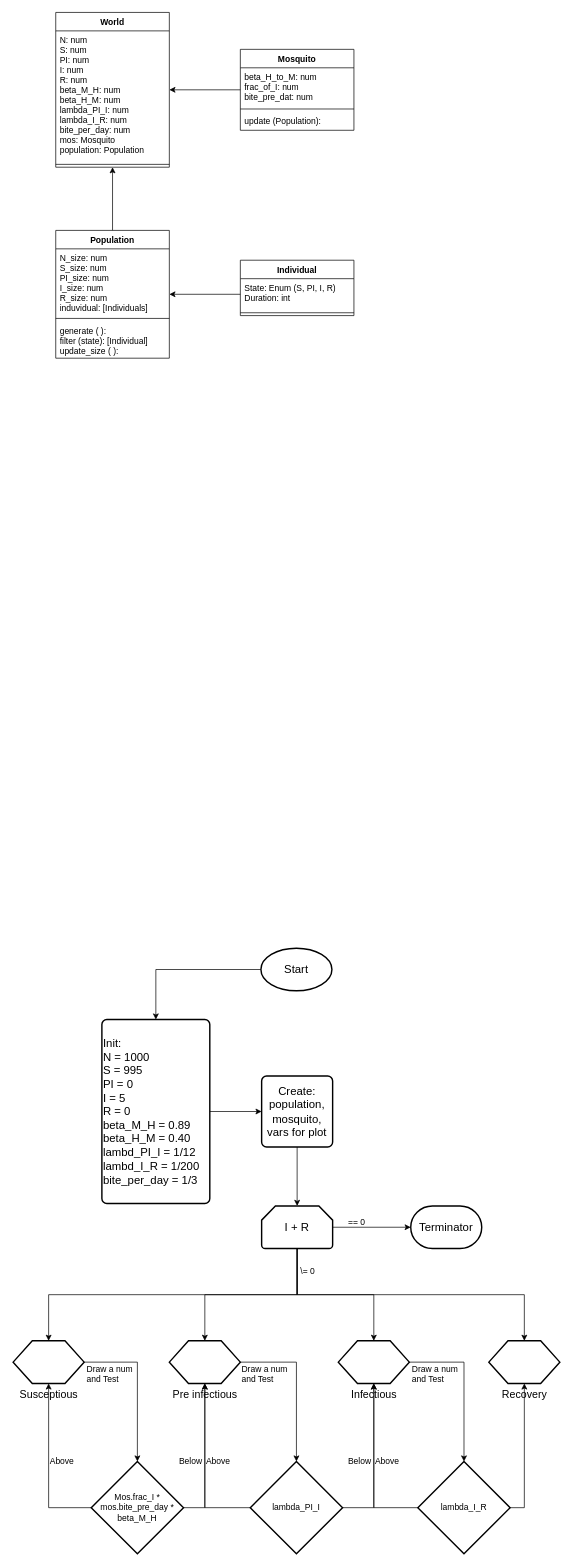
Earlier version of the draw.io diagram result/UML.drawio (reporkey/malaria-model). Source tidied: cells renumbered, new cells numbered last; positions are measured from the earlier drawing's top-left corner, leaving out a move shared by most shapes. Both pictures are drawn from the tidied source at 71%, with x=0, y=0 at pixel (13, 12).
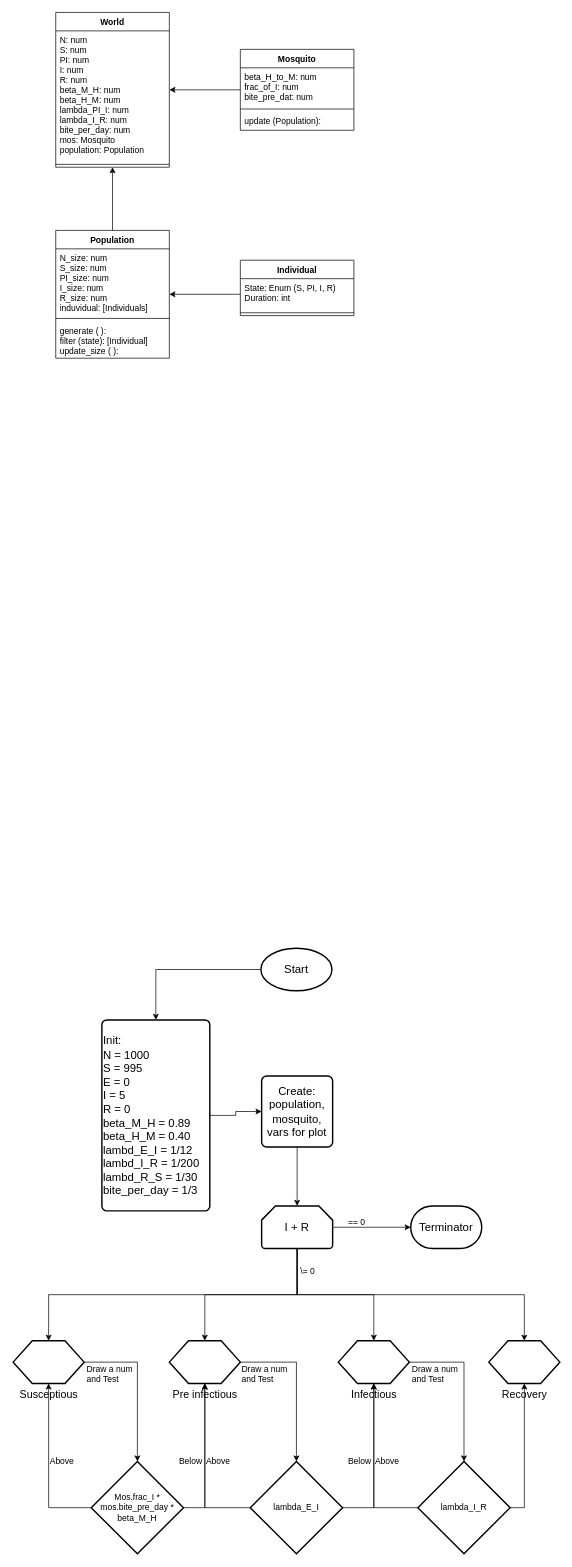
The same diagram, later.

Diff of the diagram source:
```diff
@@
-    <mxCell id="28" value="lambda_PI_I" style="strokeWidth=2;html=1;shape=mxgraph.flowchart.decision;whiteSpace=wrap;" parent="1" vertex="1">
+    <mxCell id="28" value="lambda_E_I" style="strokeWidth=2;html=1;shape=mxgraph.flowchart.decision;whiteSpace=wrap;" parent="1" vertex="1">
       <mxGeometry x="334" y="2041" width="130" height="130" as="geometry" />
     </mxCell>
@@
-    <mxCell id="57" value="&lt;span style=&quot;font-size: 16px ; white-space: normal&quot;&gt;Init:&lt;/span&gt;&lt;br style=&quot;font-size: 16px ; white-space: normal&quot;&gt;&lt;span style=&quot;font-size: 16px ; white-space: normal&quot;&gt;N = 1000&lt;/span&gt;&lt;br style=&quot;font-size: 16px ; white-space: normal&quot;&gt;&lt;span style=&quot;font-size: 16px ; white-space: normal&quot;&gt;S = 995&lt;/span&gt;&lt;br style=&quot;font-size: 16px ; white-space: normal&quot;&gt;&lt;span style=&quot;font-size: 16px ; white-space: normal&quot;&gt;PI = 0&lt;/span&gt;&lt;br style=&quot;font-size: 16px ; white-space: normal&quot;&gt;&lt;span style=&quot;font-size: 16px ; white-space: normal&quot;&gt;I = 5&lt;/span&gt;&lt;br style=&quot;font-size: 16px ; white-space: normal&quot;&gt;&lt;span style=&quot;font-size: 16px ; white-space: normal&quot;&gt;R = 0&lt;/span&gt;&lt;br style=&quot;font-size: 16px ; white-space: normal&quot;&gt;&lt;span style=&quot;font-size: 16px ; white-space: normal&quot;&gt;beta_M_H = 0.89&lt;/span&gt;&lt;br style=&quot;font-size: 16px ; white-space: normal&quot;&gt;&lt;span style=&quot;font-size: 16px ; white-space: normal&quot;&gt;beta_H_M = 0.40&lt;/span&gt;&lt;br style=&quot;font-size: 16px ; white-space: normal&quot;&gt;&lt;span style=&quot;font-size: 16px ; white-space: normal&quot;&gt;lambd_PI_I = 1/12&lt;/span&gt;&lt;br style=&quot;font-size: 16px ; white-space: normal&quot;&gt;&lt;span style=&quot;font-size: 16px ; white-space: normal&quot;&gt;lambd_I_R = 1/200&lt;/span&gt;&lt;br style=&quot;font-size: 16px ; white-space: normal&quot;&gt;&lt;span style=&quot;font-size: 16px ; white-space: normal&quot;&gt;bite_per_day = 1/3&lt;/span&gt;" style="rounded=1;whiteSpace=wrap;html=1;absoluteArcSize=1;arcSize=14;strokeWidth=2;align=left;" parent="1" vertex="1">
-      <mxGeometry x="125" y="1418.5" width="152" height="259" as="geometry" />
+    <mxCell id="57" value="&lt;span style=&quot;font-size: 16px ; white-space: normal&quot;&gt;Init:&lt;/span&gt;&lt;br style=&quot;font-size: 16px ; white-space: normal&quot;&gt;&lt;span style=&quot;font-size: 16px ; white-space: normal&quot;&gt;N = 1000&lt;/span&gt;&lt;br style=&quot;font-size: 16px ; white-space: normal&quot;&gt;&lt;span style=&quot;font-size: 16px ; white-space: normal&quot;&gt;S = 995&lt;/span&gt;&lt;br style=&quot;font-size: 16px ; white-space: normal&quot;&gt;&lt;span style=&quot;font-size: 16px ; white-space: normal&quot;&gt;E = 0&lt;/span&gt;&lt;br style=&quot;font-size: 16px ; white-space: normal&quot;&gt;&lt;span style=&quot;font-size: 16px ; white-space: normal&quot;&gt;I = 5&lt;/span&gt;&lt;br style=&quot;font-size: 16px ; white-space: normal&quot;&gt;&lt;span style=&quot;font-size: 16px ; white-space: normal&quot;&gt;R = 0&lt;/span&gt;&lt;br style=&quot;font-size: 16px ; white-space: normal&quot;&gt;&lt;span style=&quot;font-size: 16px ; white-space: normal&quot;&gt;beta_M_H = 0.89&lt;/span&gt;&lt;br style=&quot;font-size: 16px ; white-space: normal&quot;&gt;&lt;span style=&quot;font-size: 16px ; white-space: normal&quot;&gt;beta_H_M = 0.40&lt;/span&gt;&lt;br style=&quot;font-size: 16px ; white-space: normal&quot;&gt;&lt;span style=&quot;font-size: 16px ; white-space: normal&quot;&gt;lambd_E_I = 1/12&lt;/span&gt;&lt;br style=&quot;font-size: 16px ; white-space: normal&quot;&gt;&lt;span style=&quot;font-size: 16px ; white-space: normal&quot;&gt;lambd_I_R = 1/200&lt;/span&gt;&lt;br style=&quot;font-size: 16px ; white-space: normal&quot;&gt;&lt;span style=&quot;font-size: 16px&quot;&gt;lambd_R_S = 1/30&lt;/span&gt;&lt;span style=&quot;font-size: 16px ; white-space: normal&quot;&gt;&lt;br&gt;bite_per_day = 1/3&lt;/span&gt;" style="rounded=1;whiteSpace=wrap;html=1;absoluteArcSize=1;arcSize=14;strokeWidth=2;align=left;" parent="1" vertex="1">
+      <mxGeometry x="125" y="1419" width="152" height="269" as="geometry" />
     </mxCell>
```
